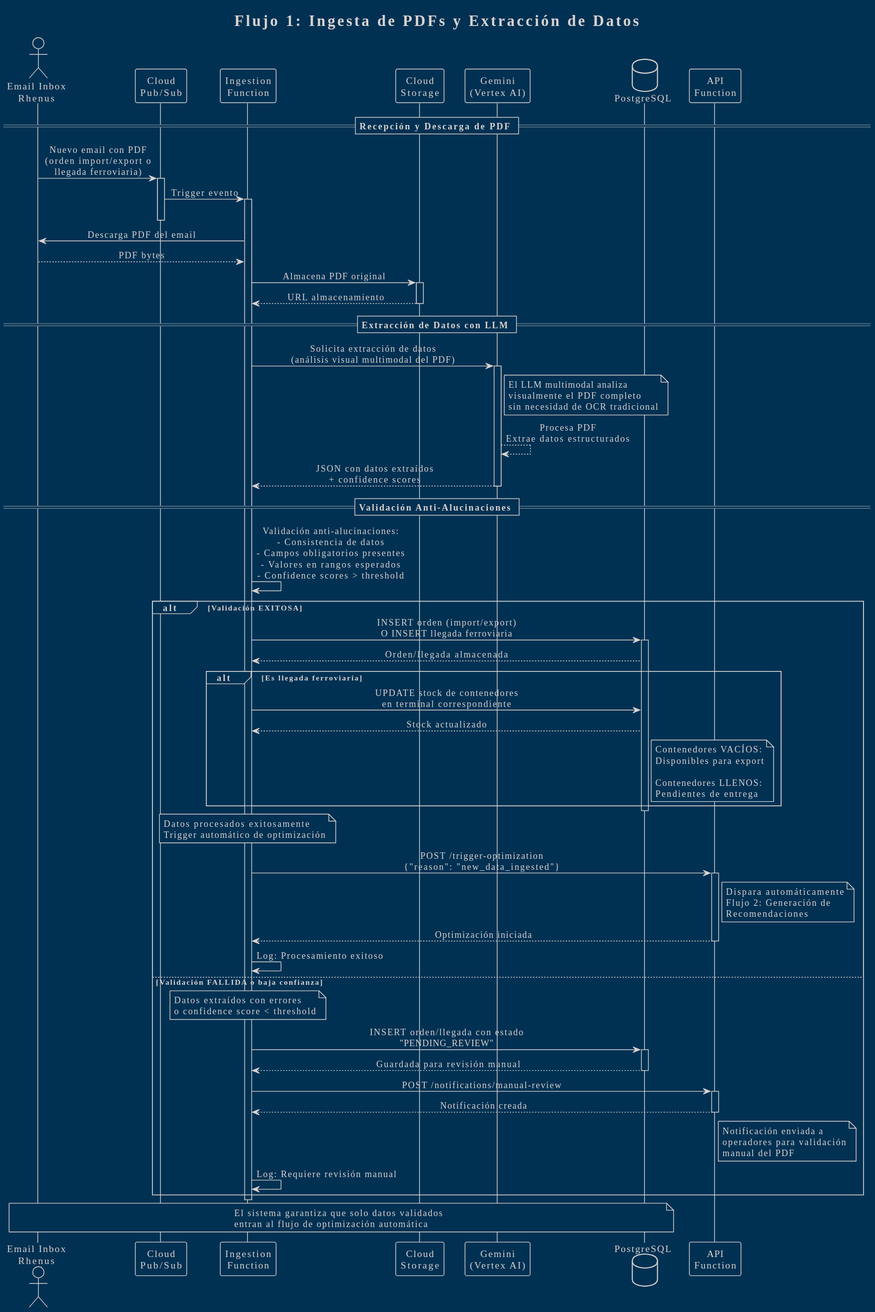
Above: diagrams/sequence-ingestion-flow.svg in jatarifa/rhenus-logistic-offer (PlantUML), before the change. Its diagram source:
```plantuml
@startuml
!theme blueprint
skinparam responseMessageBelowArrow true
skinparam sequenceMessageAlign center

title Flujo 1: Ingesta de PDFs y Extracción de Datos

actor "Email Inbox\nRhenus" as Inbox
participant "Cloud\nPub/Sub" as PubSub
participant "Ingestion\nFunction" as Ingestion
participant "Cloud\nStorage" as Storage
participant "Gemini\n(Vertex AI)" as Gemini
database "PostgreSQL" as DB
participant "API\nFunction" as API

== Recepción y Descarga de PDF ==

Inbox -> PubSub: Nuevo email con PDF\n(orden import/export o\nllegada ferroviaria)
activate PubSub
PubSub -> Ingestion: Trigger evento
activate Ingestion
deactivate PubSub

Ingestion -> Inbox: Descarga PDF del email
Inbox --> Ingestion: PDF bytes

Ingestion -> Storage: Almacena PDF original
activate Storage
Storage --> Ingestion: URL almacenamiento
deactivate Storage

== Extracción de Datos con LLM ==

Ingestion -> Gemini: Solicita extracción de datos\n(análisis visual multimodal del PDF)
activate Gemini
note right of Gemini
  El LLM multimodal analiza
  visualmente el PDF completo
  sin necesidad de OCR tradicional
end note

Gemini --> Gemini: Procesa PDF\nExtrae datos estructurados

Gemini --> Ingestion: JSON con datos extraídos\n+ confidence scores
deactivate Gemini

== Validación Anti-Alucinaciones ==

Ingestion -> Ingestion: Validación anti-alucinaciones:\n- Consistencia de datos\n- Campos obligatorios presentes\n- Valores en rangos esperados\n- Confidence scores > threshold

alt Validación EXITOSA

    Ingestion -> DB: INSERT orden (import/export)\nO INSERT llegada ferroviaria
    activate DB
    DB --> Ingestion: Orden/llegada almacenada

    alt Es llegada ferroviaria
        Ingestion -> DB: UPDATE stock de contenedores\nen terminal correspondiente
        DB --> Ingestion: Stock actualizado
        note right of DB
          Contenedores VACÍOS:
          Disponibles para export

          Contenedores LLENOS:
          Pendientes de entrega
        end note
    end
    deactivate DB

    note over Ingestion
      Datos procesados exitosamente
      Trigger automático de optimización
    end note

    Ingestion -> API: POST /trigger-optimization\n{"reason": "new_data_ingested"}
    activate API
    note right of API
      Dispara automáticamente
      Flujo 2: Generación de
      Recomendaciones
    end note
    API --> Ingestion: Optimización iniciada
    deactivate API

    Ingestion -> Ingestion: Log: Procesamiento exitoso

else Validación FALLIDA o baja confianza

    note over Ingestion
      Datos extraídos con errores
      o confidence score < threshold
    end note

    Ingestion -> DB: INSERT orden/llegada con estado\n"PENDING_REVIEW"
    activate DB
    DB --> Ingestion: Guardada para revisión manual
    deactivate DB

    Ingestion -> API: POST /notifications/manual-review
    activate API
    API --> Ingestion: Notificación creada
    deactivate API

    note right of API
      Notificación enviada a
      operadores para validación
      manual del PDF
    end note

    Ingestion -> Ingestion: Log: Requiere revisión manual

end

deactivate Ingestion

note over Inbox, DB
  El sistema garantiza que solo datos validados
  entran al flujo de optimización automática
end note
@enduml
```
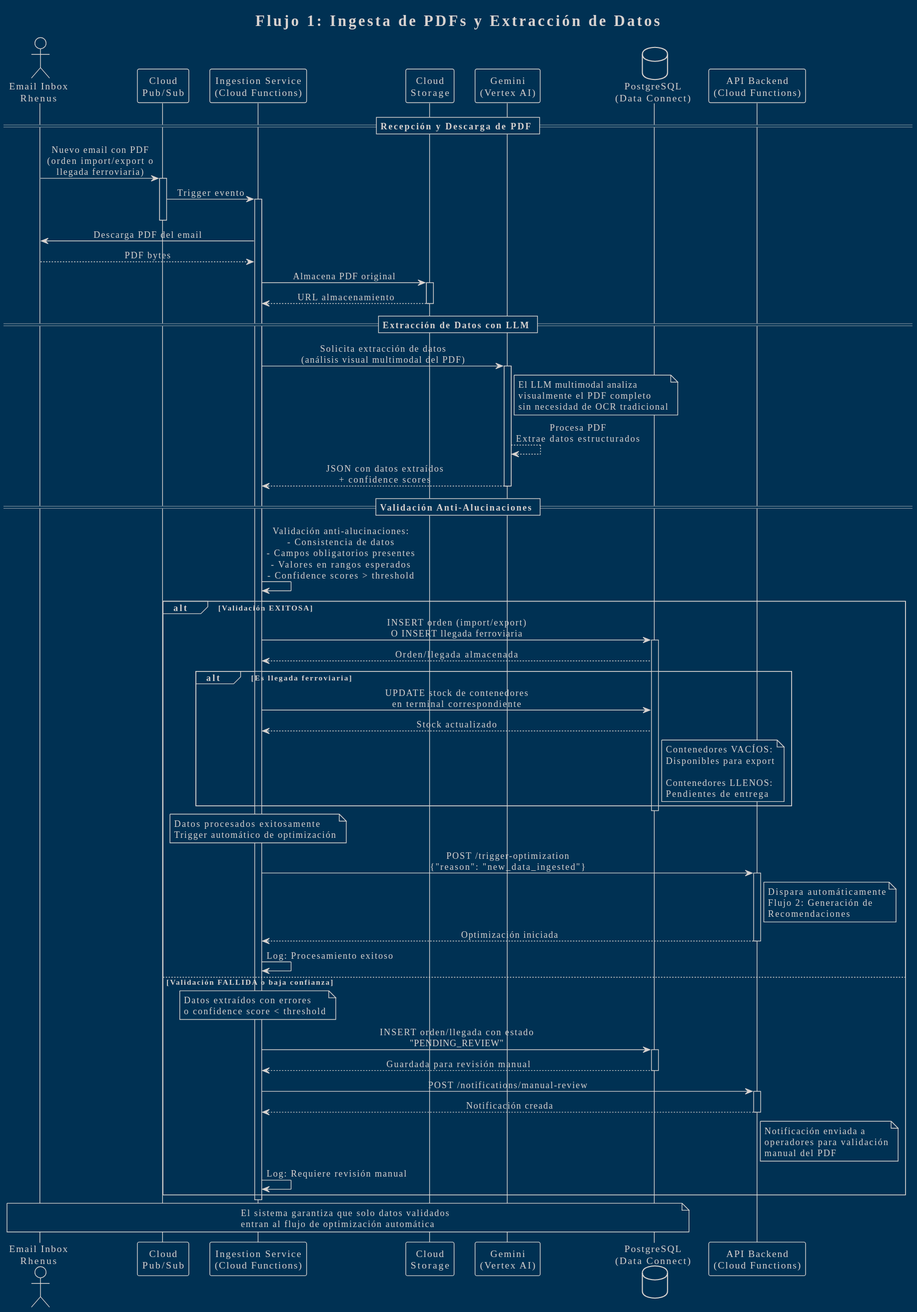
The same diagram one commit later.

Commit message:
Refine technical offer details: enhance component descriptions, clarify data flow, and improve overall structure for better understanding.

Change to the diagram source:
```diff
@@ -7,11 +7,11 @@
 
 actor "Email Inbox\nRhenus" as Inbox
 participant "Cloud\nPub/Sub" as PubSub
-participant "Ingestion\nFunction" as Ingestion
+participant "Ingestion Service\n(Cloud Functions)" as Ingestion
 participant "Cloud\nStorage" as Storage
 participant "Gemini\n(Vertex AI)" as Gemini
-database "PostgreSQL" as DB
-participant "API\nFunction" as API
+database "PostgreSQL\n(Data Connect)" as DB
+participant "API Backend\n(Cloud Functions)" as API
 
 == Recepción y Descarga de PDF ==
 
```
